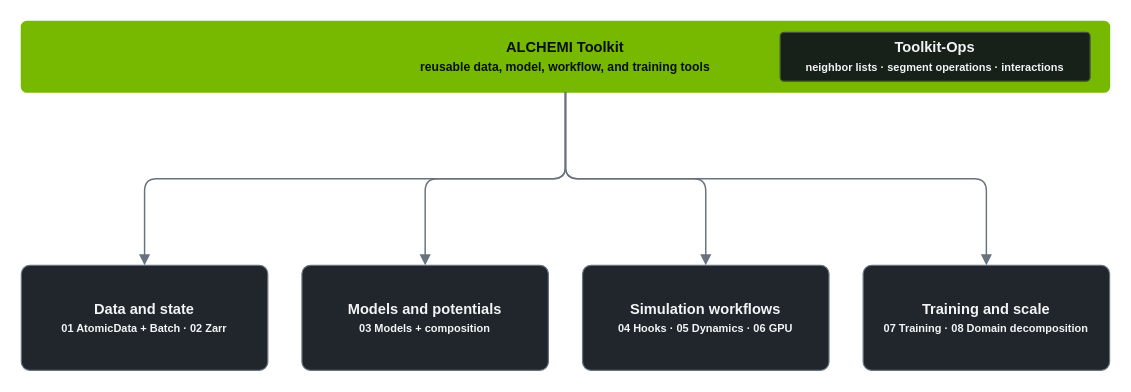
Earlier version of the draw.io diagram notebooks/00-core-playbook/assets/toolkit-capability-map.drawio (openhackathons-org/ALCHEMI-Bootcamp). Source tidied: cells renumbered, new cells numbered last; positions are measured from the earlier drawing's top-left corner, leaving out a move shared by most shapes. Both pictures are drawn from the tidied source at 122%, with x=0, y=0 at pixel (21, 21).
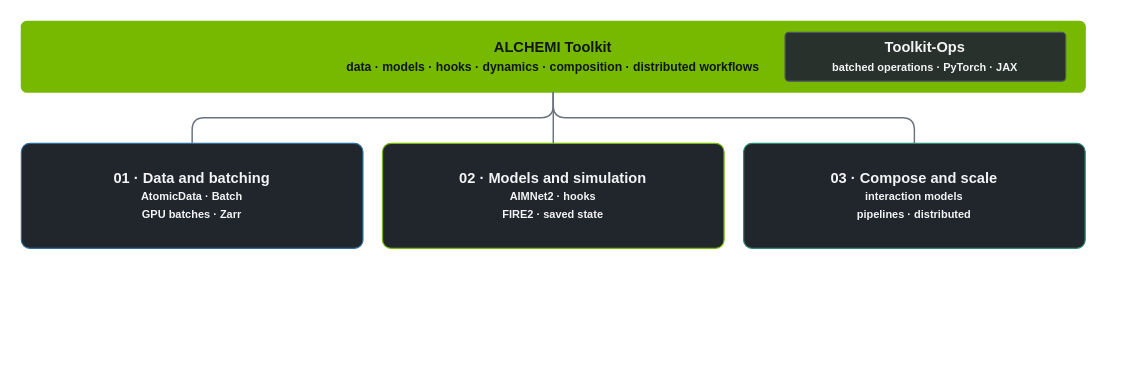
The same diagram, later.

The edit, as a diff of the source:
```diff
@@
 <mxGraphModel>
   <root>
     <mxCell id="0" />
     <mxCell id="1" parent="0" />
-    <mxCell id="2" value="ALCHEMI Toolkit&lt;br&gt;&lt;font style='font-size:10px'&gt;reusable data, model, workflow, and training tools&lt;/font&gt;" style="rounded=1;arcSize=8;whiteSpace=wrap;html=1;fillColor=#76B900;strokeColor=#76B900;fontColor=#081005;fontStyle=1;fontSize=12;" parent="1" vertex="1">
-      <mxGeometry width="892" height="58" as="geometry" />
+    <mxCell id="2" value="ALCHEMI Toolkit&lt;br&gt;&lt;font style='font-size:10px'&gt;data · models · hooks · dynamics · composition · distributed workflows&lt;/font&gt;" style="rounded=1;arcSize=8;whiteSpace=wrap;html=1;fillColor=#76B900;strokeColor=#76B900;fontColor=#11170D;fontStyle=1;fontSize=12;" parent="1" vertex="1">
+      <mxGeometry width="872" height="58" as="geometry" />
     </mxCell>
-    <mxCell id="3" value="Toolkit-Ops&lt;br&gt;&lt;font style='font-size:9px'&gt;neighbor lists · segment operations · interactions&lt;/font&gt;" style="rounded=1;arcSize=8;whiteSpace=wrap;html=1;fillColor=#172119;strokeColor=#43533B;fontColor=#F3F4F6;fontStyle=1;fontSize=12;" parent="1" vertex="1">
-      <mxGeometry x="622" y="9" width="254" height="40" as="geometry" />
+    <mxCell id="3" value="Toolkit-Ops&lt;br&gt;&lt;font style='font-size:9px'&gt;batched operations · PyTorch · JAX&lt;/font&gt;" style="rounded=1;arcSize=8;whiteSpace=wrap;html=1;fillColor=#28312B;strokeColor=#4B565F;fontColor=#F3F4F6;fontStyle=1;fontSize=12;" parent="1" vertex="1">
+      <mxGeometry x="626" y="9" width="230" height="40" as="geometry" />
     </mxCell>
-    <mxCell id="4" value="Data and state&lt;br&gt;&lt;font style='font-size:9px'&gt;01 AtomicData + Batch · 02 Zarr&lt;/font&gt;" style="rounded=1;arcSize=8;whiteSpace=wrap;html=1;fillColor=#20262C;strokeColor=#68737E;fontColor=#F3F4F6;fontStyle=1;fontSize=12;" parent="1" vertex="1">
-      <mxGeometry y="200" width="202" height="86" as="geometry" />
+    <mxCell id="4" value="01 · Data and batching&lt;br&gt;&lt;font style='font-size:9px'&gt;AtomicData · Batch&lt;br&gt;GPU batches · Zarr&lt;/font&gt;" style="rounded=1;arcSize=8;whiteSpace=wrap;html=1;fillColor=#20262C;strokeColor=#2E6F9E;fontColor=#F3F4F6;fontStyle=1;fontSize=12;" parent="1" vertex="1">
+      <mxGeometry y="100" width="280" height="86" as="geometry" />
     </mxCell>
-    <mxCell id="5" value="Models and potentials&lt;br&gt;&lt;font style='font-size:9px'&gt;03 Models + composition&lt;/font&gt;" style="rounded=1;arcSize=8;whiteSpace=wrap;html=1;fillColor=#20262C;strokeColor=#68737E;fontColor=#F3F4F6;fontStyle=1;fontSize=12;" parent="1" vertex="1">
-      <mxGeometry x="230" y="200" width="202" height="86" as="geometry" />
-    </mxCell>
-    <mxCell id="6" value="Simulation workflows&lt;br&gt;&lt;font style='font-size:9px'&gt;04 Hooks · 05 Dynamics · 06 GPU&lt;/font&gt;" style="rounded=1;arcSize=8;whiteSpace=wrap;html=1;fillColor=#20262C;strokeColor=#68737E;fontColor=#F3F4F6;fontStyle=1;fontSize=12;" parent="1" vertex="1">
-      <mxGeometry x="460" y="200" width="202" height="86" as="geometry" />
-    </mxCell>
+    <mxCell id="12" value="02 · Models and simulation&lt;br&gt;&lt;font style='font-size:9px'&gt;AIMNet2 · hooks&lt;br&gt;FIRE2 · saved state&lt;/font&gt;" style="rounded=1;arcSize=8;whiteSpace=wrap;html=1;fillColor=#20262C;strokeColor=#76B900;fontColor=#F3F4F6;fontStyle=1;fontSize=12;" parent="1" vertex="1">
+      <mxGeometry x="296" y="100" width="280" height="86" as="geometry" />
+    </mxCell>
-    <mxCell id="7" value="Training and scale&lt;br&gt;&lt;font style='font-size:9px'&gt;07 Training · 08 Domain decomposition&lt;/font&gt;" style="rounded=1;arcSize=8;whiteSpace=wrap;html=1;fillColor=#20262C;strokeColor=#68737E;fontColor=#F3F4F6;fontStyle=1;fontSize=12;" parent="1" vertex="1">
-      <mxGeometry x="690" y="200" width="202" height="86" as="geometry" />
+    <mxCell id="7" value="03 · Compose and scale&lt;br&gt;&lt;font style='font-size:9px'&gt;interaction models&lt;br&gt;pipelines · distributed&lt;/font&gt;" style="rounded=1;arcSize=8;whiteSpace=wrap;html=1;fillColor=#20262C;strokeColor=#2E8A73;fontColor=#F3F4F6;fontStyle=1;fontSize=12;" parent="1" vertex="1">
+      <mxGeometry x="592" y="100" width="280" height="86" as="geometry" />
     </mxCell>
-    <mxCell id="8" style="edgeStyle=orthogonalEdgeStyle;rounded=1;html=1;strokeColor=#68737E;strokeWidth=1.2;startArrow=none;endArrow=block;endFill=1;" parent="1" edge="1" source="2" target="4">
+    <mxCell id="8" style="edgeStyle=orthogonalEdgeStyle;rounded=1;html=1;strokeColor=#68737E;strokeWidth=1.2;startArrow=none;endArrow=none;" parent="1" edge="1" source="2" target="4">
       <mxGeometry relative="1" as="geometry" />
     </mxCell>
-    <mxCell id="9" style="edgeStyle=orthogonalEdgeStyle;rounded=1;html=1;strokeColor=#68737E;strokeWidth=1.2;startArrow=none;endArrow=block;endFill=1;" parent="1" edge="1" source="2" target="5">
+    <mxCell id="9" style="edgeStyle=orthogonalEdgeStyle;rounded=1;html=1;strokeColor=#68737E;strokeWidth=1.2;startArrow=none;endArrow=none;" parent="1" edge="1" source="2" target="12">
       <mxGeometry relative="1" as="geometry" />
     </mxCell>
-    <mxCell id="10" style="edgeStyle=orthogonalEdgeStyle;rounded=1;html=1;strokeColor=#68737E;strokeWidth=1.2;startArrow=none;endArrow=block;endFill=1;" parent="1" edge="1" source="2" target="6">
+    <mxCell id="10" style="edgeStyle=orthogonalEdgeStyle;rounded=1;html=1;strokeColor=#68737E;strokeWidth=1.2;startArrow=none;endArrow=none;" parent="1" edge="1" source="2" target="7">
       <mxGeometry relative="1" as="geometry" />
     </mxCell>
-    <mxCell id="11" style="edgeStyle=orthogonalEdgeStyle;rounded=1;html=1;strokeColor=#68737E;strokeWidth=1.2;startArrow=none;endArrow=block;endFill=1;" parent="1" edge="1" source="2" target="7">
-      <mxGeometry relative="1" as="geometry" />
-    </mxCell>
   </root>
 </mxGraphModel>
```
